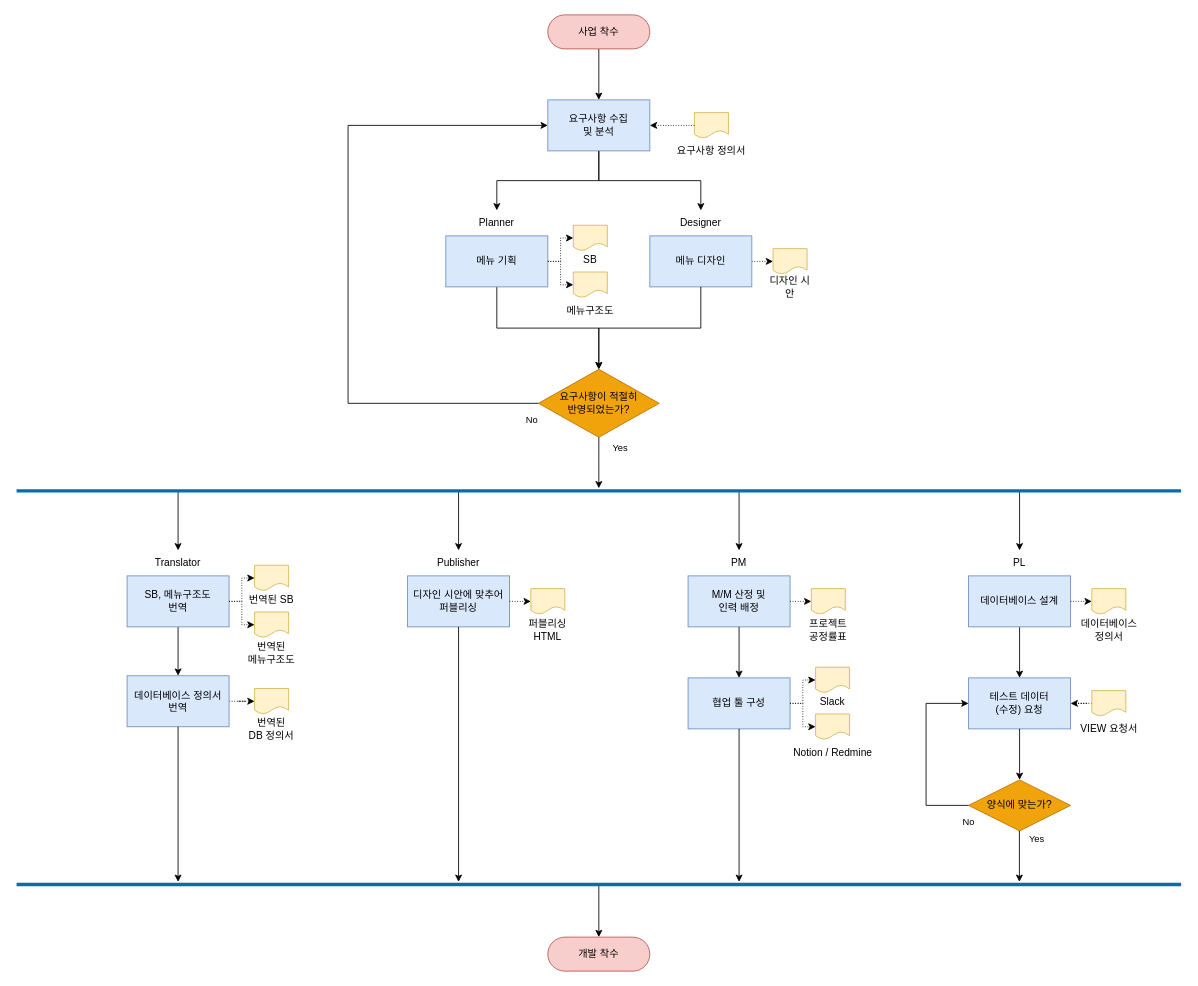
Earlier version of the draw.io diagram page "개발 이전 단계" (1 of 2) of outsourcing_flow.drawio (HAR00N/draw.io). Source tidied: cells renumbered, new cells numbered last; positions are measured from the earlier drawing's top-left corner, leaving out a move shared by most shapes. Both pictures are drawn from the tidied source at 85%, with x=0, y=0 at pixel (16, 14).
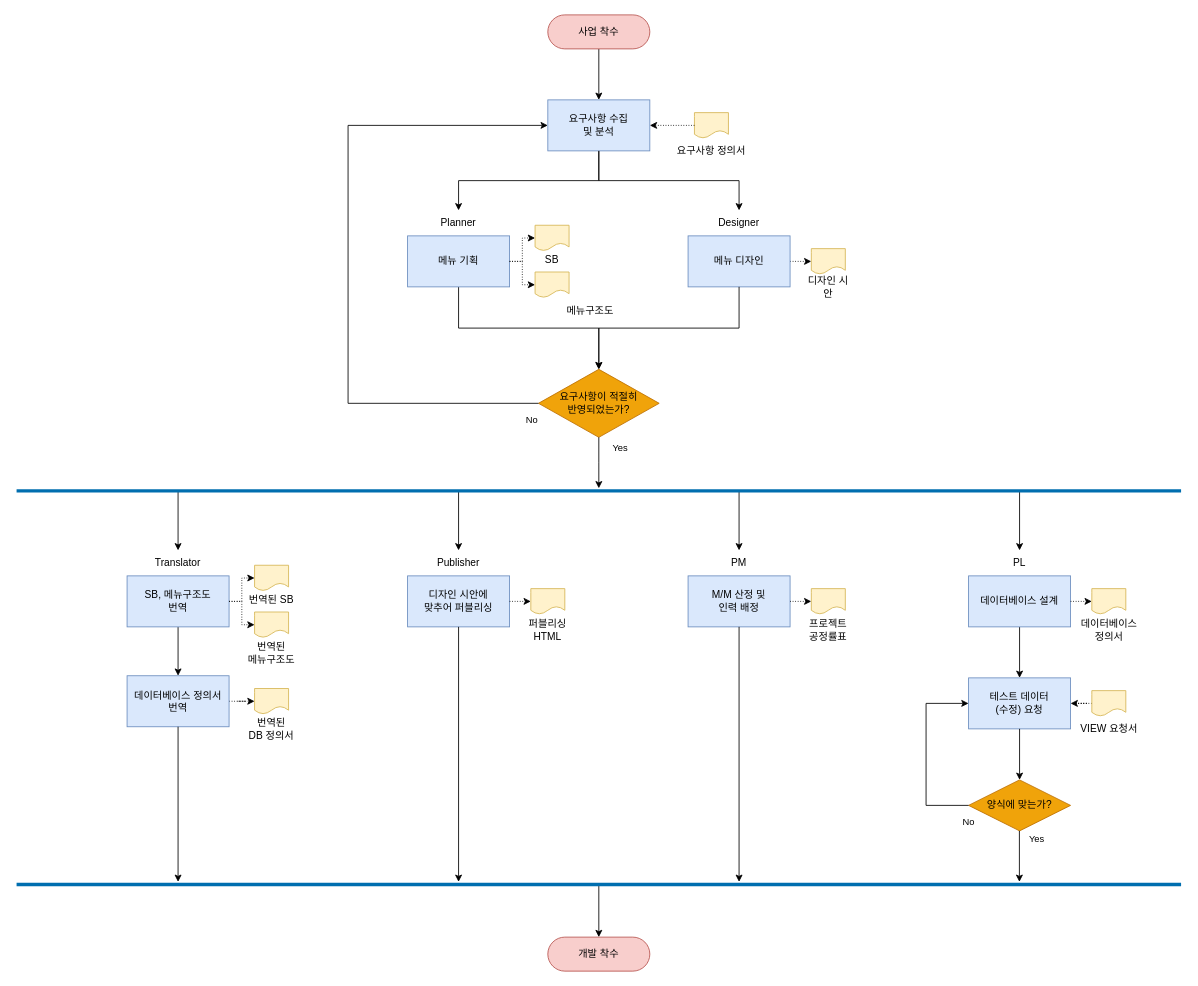
Above is the later version.

The change refers to these unchanged cells:
```xml
<mxCell id="35" value="M/M 산정 및&lt;br&gt;인력 배정" style="rounded=0;whiteSpace=wrap;html=1;fillColor=#dae8fc;strokeColor=#6c8ebf;" parent="1" vertex="1">
  <mxGeometry x="790" y="660" width="120" height="60" as="geometry" />
</mxCell>
```

The edit, as a diff of the source:
```diff
@@
     <mxCell id="7" value="메뉴 기획" style="rounded=0;whiteSpace=wrap;html=1;fillColor=#dae8fc;strokeColor=#6c8ebf;" parent="1" vertex="1">
-      <mxGeometry x="505" y="260" width="120" height="60" as="geometry" />
+      <mxGeometry x="460" y="260" width="120" height="60" as="geometry" />
     </mxCell>
@@
     <mxCell id="15" value="메뉴 디자인" style="rounded=0;whiteSpace=wrap;html=1;fillColor=#dae8fc;strokeColor=#6c8ebf;" parent="1" vertex="1">
-      <mxGeometry x="745" y="260" width="120" height="60" as="geometry" />
+      <mxGeometry x="790" y="260" width="120" height="60" as="geometry" />
     </mxCell>
@@
     <mxCell id="18" value="Planner" style="text;html=1;strokeColor=none;fillColor=none;align=center;verticalAlign=middle;whiteSpace=wrap;rounded=0;" parent="1" vertex="1">
-      <mxGeometry x="535" y="230" width="60" height="30" as="geometry" />
+      <mxGeometry x="490" y="230" width="60" height="30" as="geometry" />
     </mxCell>
     <mxCell id="19" value="Designer" style="text;html=1;strokeColor=none;fillColor=none;align=center;verticalAlign=middle;whiteSpace=wrap;rounded=0;" parent="1" vertex="1">
-      <mxGeometry x="775" y="230" width="60" height="30" as="geometry" />
+      <mxGeometry x="820" y="230" width="60" height="30" as="geometry" />
     </mxCell>
     <mxCell id="20" style="shape=document;whiteSpace=wrap;html=1;boundedLbl=1;fillColor=#fff2cc;strokeColor=#d6b656;" parent="1" vertex="1">
-      <mxGeometry x="655" y="247.5" width="40" height="30" as="geometry" />
+      <mxGeometry x="610" y="247.5" width="40" height="30" as="geometry" />
     </mxCell>
     <mxCell id="21" style="shape=document;whiteSpace=wrap;html=1;boundedLbl=1;fillColor=#fff2cc;strokeColor=#d6b656;" parent="1" vertex="1">
-      <mxGeometry x="655" y="302.5" width="40" height="30" as="geometry" />
+      <mxGeometry x="610" y="302.5" width="40" height="30" as="geometry" />
     </mxCell>
     <mxCell id="22" style="shape=document;whiteSpace=wrap;html=1;boundedLbl=1;fillColor=#fff2cc;strokeColor=#d6b656;" parent="1" vertex="1">
-      <mxGeometry x="890" y="275" width="40" height="30" as="geometry" />
+      <mxGeometry x="935" y="275" width="40" height="30" as="geometry" />
     </mxCell>
     <mxCell id="23" value="SB" style="text;html=1;strokeColor=none;fillColor=none;align=center;verticalAlign=middle;whiteSpace=wrap;rounded=0;" parent="1" vertex="1">
-      <mxGeometry x="645" y="272.5" width="60" height="30" as="geometry" />
+      <mxGeometry x="600" y="272.5" width="60" height="30" as="geometry" />
     </mxCell>
@@
     <mxCell id="25" value="디자인 시안" style="text;html=1;strokeColor=none;fillColor=none;align=center;verticalAlign=middle;whiteSpace=wrap;rounded=0;" parent="1" vertex="1">
-      <mxGeometry x="880" y="305" width="60" height="30" as="geometry" />
+      <mxGeometry x="925" y="305" width="60" height="30" as="geometry" />
     </mxCell>
@@
-    <mxCell id="34" value="디자인 시안에 맞추어&lt;br&gt;퍼블리싱" style="rounded=0;whiteSpace=wrap;html=1;fillColor=#dae8fc;strokeColor=#6c8ebf;" parent="1" vertex="1">
+    <mxCell id="34" value="디자인 시안에 &lt;br&gt;맞추어 퍼블리싱" style="rounded=0;whiteSpace=wrap;html=1;fillColor=#dae8fc;strokeColor=#6c8ebf;" parent="1" vertex="1">
       <mxGeometry x="460" y="660" width="120" height="60" as="geometry" />
     </mxCell>
@@
-    <mxCell id="55" style="edgeStyle=orthogonalEdgeStyle;rounded=0;jettySize=auto;html=1;exitX=0.5;exitY=1;exitDx=0;exitDy=0;entryX=0.5;entryY=0;entryDx=0;entryDy=0;" parent="1" edge="1" source="35" target="56">
-      <mxGeometry x="-0.57" y="25" relative="1" as="geometry" />
-    </mxCell>
-    <mxCell id="56" value="협업 툴 구성" style="rounded=0;whiteSpace=wrap;html=1;fillColor=#dae8fc;strokeColor=#6c8ebf;" parent="1" vertex="1">
-      <mxGeometry x="790" y="780" width="120" height="60" as="geometry" />
-    </mxCell>
-    <mxCell id="57" style="shape=document;whiteSpace=wrap;html=1;boundedLbl=1;fillColor=#fff2cc;strokeColor=#d6b656;" parent="1" vertex="1">
-      <mxGeometry x="940" y="767.5" width="40" height="30" as="geometry" />
-    </mxCell>
-    <mxCell id="58" style="shape=document;whiteSpace=wrap;html=1;boundedLbl=1;fillColor=#fff2cc;strokeColor=#d6b656;" parent="1" vertex="1">
-      <mxGeometry x="940" y="822.5" width="40" height="30" as="geometry" />
-    </mxCell>
-    <mxCell id="59" value="Slack" style="text;html=1;strokeColor=none;fillColor=none;align=center;verticalAlign=middle;whiteSpace=wrap;rounded=0;" parent="1" vertex="1">
-      <mxGeometry x="930" y="792.5" width="60" height="30" as="geometry" />
-    </mxCell>
-    <mxCell id="60" style="endArrow=classic;html=1;rounded=0;exitX=1;exitY=0.5;exitDx=0;exitDy=0;entryX=0;entryY=0.5;entryDx=0;entryDy=0;edgeStyle=orthogonalEdgeStyle;dashed=1;dashPattern=1 2;" parent="1" edge="1" source="56" target="57">
-      <mxGeometry relative="1" as="geometry" />
-    </mxCell>
-    <mxCell id="61" style="endArrow=classic;html=1;rounded=0;exitX=1;exitY=0.5;exitDx=0;exitDy=0;entryX=0;entryY=0.5;entryDx=0;entryDy=0;edgeStyle=orthogonalEdgeStyle;dashed=1;dashPattern=1 2;" parent="1" edge="1" source="56" target="58">
-      <mxGeometry relative="1" as="geometry" />
-    </mxCell>
-    <mxCell id="62" value="Notion / Redmine" style="text;html=1;strokeColor=none;fillColor=none;align=center;verticalAlign=middle;whiteSpace=wrap;rounded=0;" parent="1" vertex="1">
-      <mxGeometry x="907.5" y="852.5" width="105" height="30" as="geometry" />
-    </mxCell>
@@
-    <mxCell id="78" style="endArrow=classic;html=1;rounded=0;exitX=0.5;exitY=1;exitDx=0;exitDy=0;" parent="1" edge="1" source="56">
+    <mxCell id="78" style="endArrow=classic;html=1;rounded=0;exitX=0.5;exitY=1;exitDx=0;exitDy=0;" parent="1" edge="1" source="35">
       <mxGeometry relative="1" as="geometry">
         <mxPoint x="850" y="1020" as="targetPoint" />
       </mxGeometry>
     </mxCell>
```
